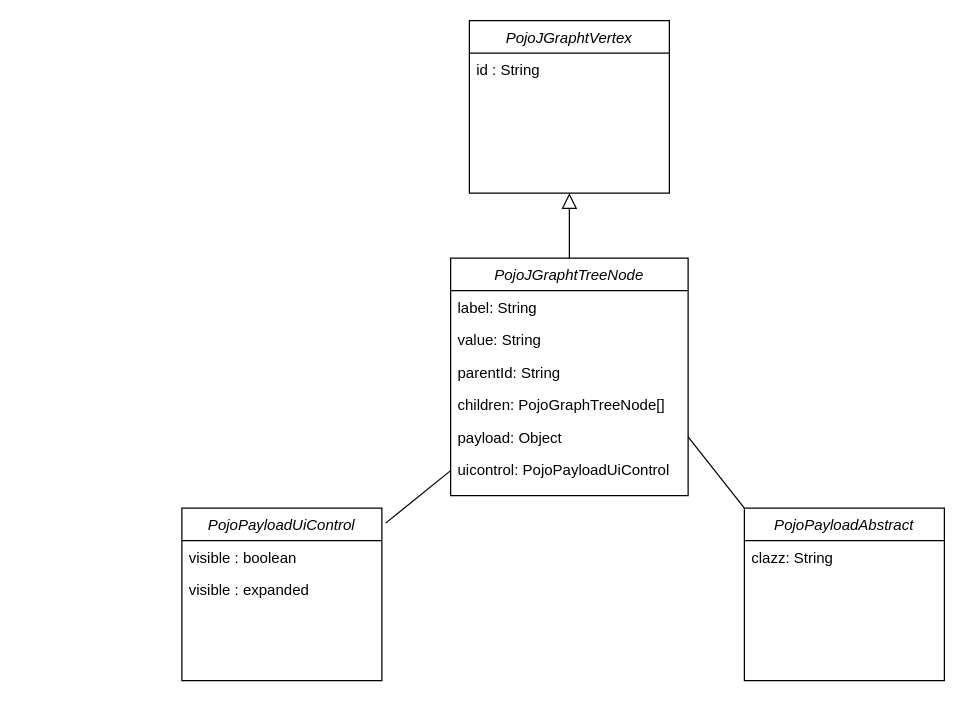
Before: my-carbon-playground-rest-server/src/main/resources/public/app/explain_packages/EXAMPLE_TREE/package/Pojo.drawio in HolgerRingelsPrivate/HomePage, a draw.io diagram. Source tidied: cells renumbered, new cells numbered last; positions are measured from the earlier drawing's top-left corner, leaving out a move shared by most shapes. Both pictures are drawn from the tidied source at 125%, with x=0, y=0 at pixel (181, 20).
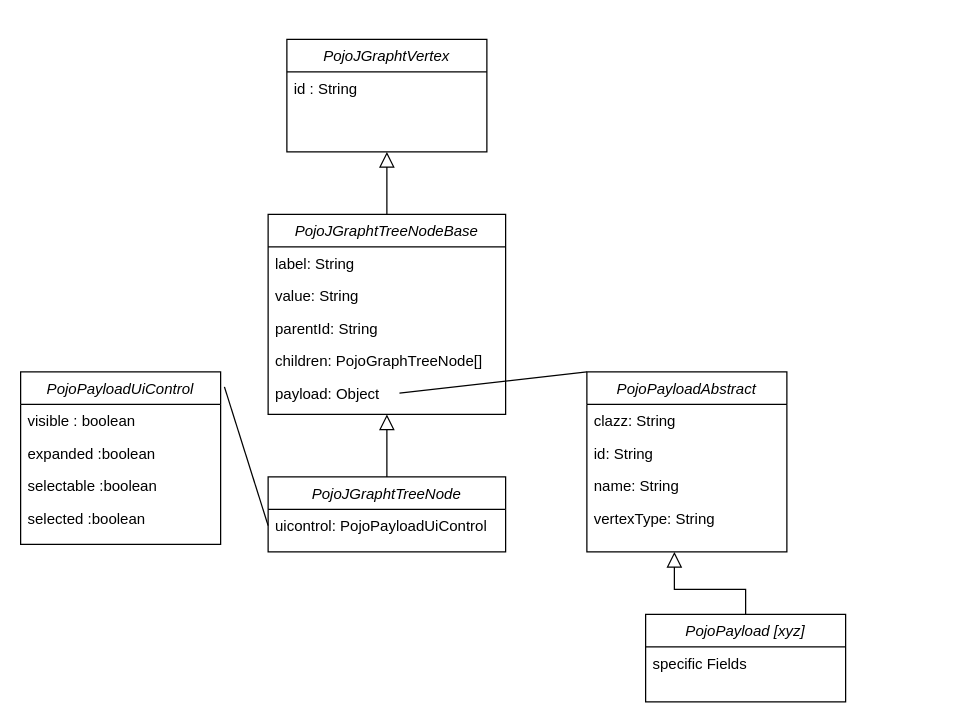
The same diagram, later.

The change refers to these unchanged cells:
```xml
<mxCell id="10" value="payload: Object" style="text;align=left;verticalAlign=top;spacingLeft=4;spacingRight=4;overflow=hidden;points=[[0,0.5],[1,0.5]];portConstraint=eastwest;" parent="5" vertex="1">
  <mxGeometry y="130" width="190" height="26" as="geometry" />
</mxCell>
```

Change to the diagram source:
```diff
@@
     <mxCell id="2" value="PojoJGraphtVertex" style="swimlane;fontStyle=2;align=center;verticalAlign=top;horizontal=1;startSize=26;rounded=0;shadow=0;strokeWidth=1;" parent="1" vertex="1">
-      <mxGeometry x="230" width="160" height="138" as="geometry" />
+      <mxGeometry x="84" y="15" width="160" height="90" as="geometry" />
     </mxCell>
@@
-    <mxCell id="5" value="PojoJGraphtTreeNode" style="swimlane;fontStyle=2;align=center;verticalAlign=top;horizontal=1;startSize=26;rounded=0;shadow=0;strokeWidth=1;" parent="1" vertex="1">
-      <mxGeometry x="215" y="190" width="190" height="190" as="geometry" />
+    <mxCell id="5" value="PojoJGraphtTreeNodeBase" style="swimlane;fontStyle=2;align=center;verticalAlign=top;horizontal=1;startSize=26;rounded=0;shadow=0;strokeWidth=1;" parent="1" vertex="1">
+      <mxGeometry x="69" y="155" width="190" height="160" as="geometry" />
     </mxCell>
@@
-    <mxCell id="11" value="uicontrol: PojoPayloadUiControl" style="text;align=left;verticalAlign=top;spacingLeft=4;spacingRight=4;overflow=hidden;points=[[0,0.5],[1,0.5]];portConstraint=eastwest;" parent="5" vertex="1">
-      <mxGeometry y="156" width="190" height="26" as="geometry" />
-    </mxCell>
     <mxCell id="12" value="PojoPayloadUiControl" style="swimlane;fontStyle=2;align=center;verticalAlign=top;horizontal=1;startSize=26;rounded=0;shadow=0;strokeWidth=1;" parent="1" vertex="1">
-      <mxGeometry y="390" width="160" height="138" as="geometry" />
+      <mxGeometry x="-129" y="281" width="160" height="138" as="geometry" />
     </mxCell>
@@
-    <mxCell id="14" value="visible : expanded" style="text;align=left;verticalAlign=top;spacingLeft=4;spacingRight=4;overflow=hidden;" parent="12" vertex="1">
+    <mxCell id="14" value="expanded :boolean" style="text;align=left;verticalAlign=top;spacingLeft=4;spacingRight=4;overflow=hidden;" parent="12" vertex="1">
       <mxGeometry y="52" width="160" height="26" as="geometry" />
     </mxCell>
+    <mxCell id="19" value="selectable :boolean" style="text;align=left;verticalAlign=top;spacingLeft=4;spacingRight=4;overflow=hidden;" parent="12" vertex="1">
+      <mxGeometry y="78" width="160" height="26" as="geometry" />
+    </mxCell>
+    <mxCell id="20" value="selected :boolean" style="text;align=left;verticalAlign=top;spacingLeft=4;spacingRight=4;overflow=hidden;" parent="12" vertex="1">
+      <mxGeometry y="104" width="160" height="26" as="geometry" />
+    </mxCell>
-    <mxCell id="15" style="endArrow=none;html=1;rounded=0;exitX=1.019;exitY=0.087;exitDx=0;exitDy=0;exitPerimeter=0;" parent="1" edge="1" source="12">
-      <mxGeometry relative="1" as="geometry">
-        <mxPoint x="215" y="360" as="targetPoint" />
-      </mxGeometry>
+    <mxCell id="15" style="endArrow=none;html=1;rounded=0;exitX=1.019;exitY=0.087;exitDx=0;exitDy=0;exitPerimeter=0;entryX=0;entryY=0.5;entryDx=0;entryDy=0;" parent="1" edge="1" source="12" target="11">
+      <mxGeometry relative="1" as="geometry" />
     </mxCell>
     <mxCell id="16" value="PojoPayloadAbstract" style="swimlane;fontStyle=2;align=center;verticalAlign=top;horizontal=1;startSize=26;rounded=0;shadow=0;strokeWidth=1;" parent="1" vertex="1">
-      <mxGeometry x="450" y="390" width="160" height="138" as="geometry" />
+      <mxGeometry x="324" y="281" width="160" height="144" as="geometry" />
     </mxCell>
@@
+    <mxCell id="21" value="id: String" style="text;align=left;verticalAlign=top;spacingLeft=4;spacingRight=4;overflow=hidden;" parent="16" vertex="1">
+      <mxGeometry y="52" width="160" height="26" as="geometry" />
+    </mxCell>
+    <mxCell id="22" value="name: String" style="text;align=left;verticalAlign=top;spacingLeft=4;spacingRight=4;overflow=hidden;" parent="16" vertex="1">
+      <mxGeometry y="78" width="160" height="26" as="geometry" />
+    </mxCell>
+    <mxCell id="23" value="vertexType: String" style="text;align=left;verticalAlign=top;spacingLeft=4;spacingRight=4;overflow=hidden;" parent="16" vertex="1">
+      <mxGeometry y="104" width="160" height="26" as="geometry" />
+    </mxCell>
-    <mxCell id="18" style="endArrow=none;html=1;rounded=0;exitX=1;exitY=0.5;exitDx=0;exitDy=0;entryX=0;entryY=0;entryDx=0;entryDy=0;" parent="1" edge="1" source="10" target="16">
+    <mxCell id="18" style="endArrow=none;html=1;rounded=0;entryX=0;entryY=0;entryDx=0;entryDy=0;exitX=0.553;exitY=0.5;exitDx=0;exitDy=0;exitPerimeter=0;" parent="1" edge="1" source="10" target="16">
       <mxGeometry relative="1" as="geometry" />
     </mxCell>
+    <mxCell id="24" value="PojoJGraphtTreeNode" style="swimlane;fontStyle=2;align=center;verticalAlign=top;horizontal=1;startSize=26;rounded=0;shadow=0;strokeWidth=1;" parent="1" vertex="1">
+      <mxGeometry x="69" y="365" width="190" height="60" as="geometry" />
+    </mxCell>
+    <mxCell id="11" value="uicontrol: PojoPayloadUiControl" style="text;align=left;verticalAlign=top;spacingLeft=4;spacingRight=4;overflow=hidden;points=[[0,0.5],[1,0.5]];portConstraint=eastwest;" parent="24" vertex="1">
+      <mxGeometry y="26" width="190" height="26" as="geometry" />
+    </mxCell>
+    <mxCell id="25" style="endArrow=block;endSize=10;endFill=0;shadow=0;strokeWidth=1;rounded=0;curved=0;edgeStyle=elbowEdgeStyle;elbow=vertical;entryX=0.5;entryY=1;entryDx=0;entryDy=0;exitX=0.5;exitY=0;exitDx=0;exitDy=0;" parent="1" edge="1" source="24" target="5">
+      <mxGeometry relative="1" as="geometry">
+        <Array as="points">
+          <mxPoint x="164" y="345" />
+        </Array>
+      </mxGeometry>
+    </mxCell>
+    <mxCell id="26" value="PojoPayload [xyz]" style="swimlane;fontStyle=2;align=center;verticalAlign=top;horizontal=1;startSize=26;rounded=0;shadow=0;strokeWidth=1;" parent="1" vertex="1">
+      <mxGeometry x="371" y="475" width="160" height="70" as="geometry" />
+    </mxCell>
+    <mxCell id="27" value="specific Fields" style="text;align=left;verticalAlign=top;spacingLeft=4;spacingRight=4;overflow=hidden;" parent="26" vertex="1">
+      <mxGeometry y="26" width="160" height="26" as="geometry" />
+    </mxCell>
+    <mxCell id="28" style="endArrow=block;endSize=10;endFill=0;shadow=0;strokeWidth=1;rounded=0;curved=0;edgeStyle=elbowEdgeStyle;elbow=vertical;exitX=0.5;exitY=0;exitDx=0;exitDy=0;" parent="1" edge="1" source="26">
+      <mxGeometry relative="1" as="geometry">
+        <mxPoint x="394" y="425" as="targetPoint" />
+        <Array as="points">
+          <mxPoint x="294" y="455" />
+        </Array>
+      </mxGeometry>
+    </mxCell>
```
